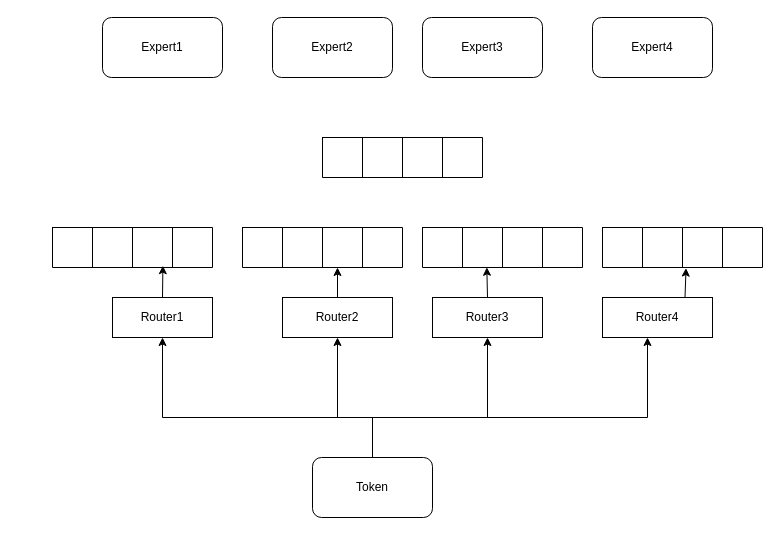
babangain/drawio keeps this draw.io diagram as moe plan.drawio. Above is the earlier version. Source tidied: cells renumbered, new cells numbered last; positions are measured from the earlier drawing's top-left corner, leaving out a move shared by most shapes. Both pictures are drawn from the tidied source at 100%, with x=0, y=0 at pixel (52, 17).
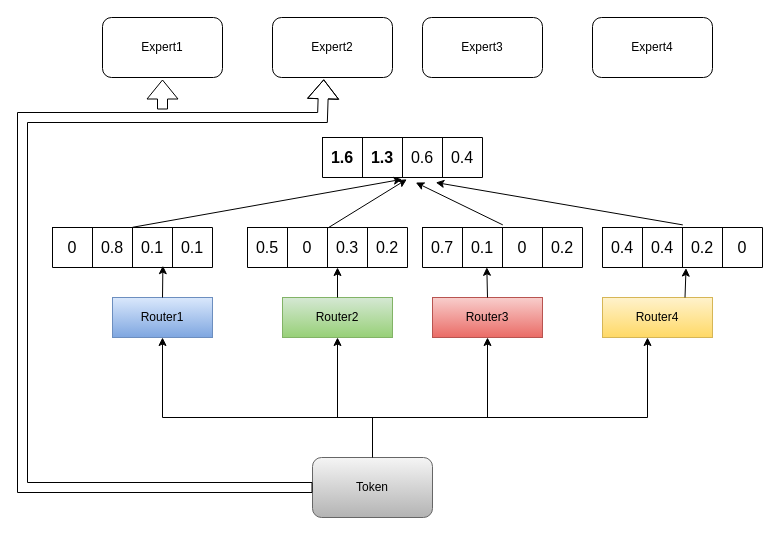
After the change.

The change refers to these unchanged cells:
```xml
<mxCell id="3" value="Expert2" style="rounded=1;whiteSpace=wrap;html=1;" parent="1" vertex="1">
  <mxGeometry x="220" width="120" height="60" as="geometry" />
</mxCell>
<mxCell id="16" style="shape=tableRow;horizontal=0;startSize=0;swimlaneHead=0;swimlaneBody=0;strokeColor=inherit;top=0;left=0;bottom=0;right=0;fillColor=none;points=[[0,0.5],[1,0.5]];portConstraint=eastwest;fontSize=16;" parent="15" vertex="1">
  <mxGeometry width="160" height="40" as="geometry" />
</mxCell>
<mxCell id="22" style="shape=tableRow;horizontal=0;startSize=0;swimlaneHead=0;swimlaneBody=0;strokeColor=inherit;top=0;left=0;bottom=0;right=0;fillColor=none;points=[[0,0.5],[1,0.5]];portConstraint=eastwest;fontSize=16;" parent="21" vertex="1">
  <mxGeometry width="160" height="40" as="geometry" />
</mxCell>
<mxCell id="28" style="shape=tableRow;horizontal=0;startSize=0;swimlaneHead=0;swimlaneBody=0;strokeColor=inherit;top=0;left=0;bottom=0;right=0;fillColor=none;points=[[0,0.5],[1,0.5]];portConstraint=eastwest;fontSize=16;" parent="27" vertex="1">
  <mxGeometry width="160" height="40" as="geometry" />
</mxCell>
<mxCell id="34" style="shape=tableRow;horizontal=0;startSize=0;swimlaneHead=0;swimlaneBody=0;strokeColor=inherit;top=0;left=0;bottom=0;right=0;fillColor=none;points=[[0,0.5],[1,0.5]];portConstraint=eastwest;fontSize=16;" parent="33" vertex="1">
  <mxGeometry width="160" height="40" as="geometry" />
</mxCell>
<mxCell id="40" style="shape=tableRow;horizontal=0;startSize=0;swimlaneHead=0;swimlaneBody=0;strokeColor=inherit;top=0;left=0;bottom=0;right=0;fillColor=none;points=[[0,0.5],[1,0.5]];portConstraint=eastwest;fontSize=16;" parent="39" vertex="1">
  <mxGeometry width="160" height="40" as="geometry" />
</mxCell>
```

The edit, as a diff of the source:
```diff
@@
-    <mxCell id="6" value="Router1" style="rounded=0;whiteSpace=wrap;html=1;" parent="1" vertex="1">
+    <mxCell id="6" value="Router1" style="rounded=0;whiteSpace=wrap;html=1;fillColor=#dae8fc;gradientColor=#7ea6e0;strokeColor=#6c8ebf;" parent="1" vertex="1">
       <mxGeometry x="60" y="280" width="100" height="40" as="geometry" />
     </mxCell>
-    <mxCell id="7" value="Router2" style="rounded=0;whiteSpace=wrap;html=1;" parent="1" vertex="1">
+    <mxCell id="7" value="Router2" style="rounded=0;whiteSpace=wrap;html=1;fillColor=#d5e8d4;gradientColor=#97d077;strokeColor=#82b366;" parent="1" vertex="1">
       <mxGeometry x="230" y="280" width="110" height="40" as="geometry" />
     </mxCell>
-    <mxCell id="8" value="Router3" style="rounded=0;whiteSpace=wrap;html=1;" parent="1" vertex="1">
+    <mxCell id="8" value="Router3" style="rounded=0;whiteSpace=wrap;html=1;fillColor=#f8cecc;gradientColor=#ea6b66;strokeColor=#b85450;" parent="1" vertex="1">
       <mxGeometry x="380" y="280" width="110" height="40" as="geometry" />
     </mxCell>
-    <mxCell id="9" value="Router4" style="rounded=0;whiteSpace=wrap;html=1;" parent="1" vertex="1">
+    <mxCell id="9" value="Router4" style="rounded=0;whiteSpace=wrap;html=1;fillColor=#fff2cc;gradientColor=#ffd966;strokeColor=#d6b656;" parent="1" vertex="1">
       <mxGeometry x="550" y="280" width="110" height="40" as="geometry" />
     </mxCell>
-    <mxCell id="10" value="Token" style="rounded=1;whiteSpace=wrap;html=1;" parent="1" vertex="1">
+    <mxCell id="10" value="Token" style="rounded=1;whiteSpace=wrap;html=1;fillColor=#f5f5f5;gradientColor=#b3b3b3;strokeColor=#666666;" parent="1" vertex="1">
       <mxGeometry x="260" y="440" width="120" height="60" as="geometry" />
     </mxCell>
@@
-    <mxCell id="17" style="shape=partialRectangle;html=1;whiteSpace=wrap;strokeColor=inherit;overflow=hidden;fillColor=none;top=0;left=0;bottom=0;right=0;fontSize=16;" parent="16" vertex="1">
+    <mxCell id="17" value="0" style="shape=partialRectangle;html=1;whiteSpace=wrap;strokeColor=inherit;overflow=hidden;fillColor=none;top=0;left=0;bottom=0;right=0;fontSize=16;" parent="16" vertex="1">
       <mxGeometry width="40" height="40" as="geometry" />
     </mxCell>
-    <mxCell id="18" style="shape=partialRectangle;html=1;whiteSpace=wrap;strokeColor=inherit;overflow=hidden;fillColor=none;top=0;left=0;bottom=0;right=0;fontSize=16;" parent="16" vertex="1">
+    <mxCell id="18" value="0.8" style="shape=partialRectangle;html=1;whiteSpace=wrap;strokeColor=inherit;overflow=hidden;fillColor=none;top=0;left=0;bottom=0;right=0;fontSize=16;" parent="16" vertex="1">
       <mxGeometry x="40" width="40" height="40" as="geometry" />
     </mxCell>
-    <mxCell id="19" style="shape=partialRectangle;html=1;whiteSpace=wrap;strokeColor=inherit;overflow=hidden;fillColor=none;top=0;left=0;bottom=0;right=0;fontSize=16;" parent="16" vertex="1">
+    <mxCell id="19" value="0.1" style="shape=partialRectangle;html=1;whiteSpace=wrap;strokeColor=inherit;overflow=hidden;fillColor=none;top=0;left=0;bottom=0;right=0;fontSize=16;" parent="16" vertex="1">
       <mxGeometry x="80" width="40" height="40" as="geometry" />
     </mxCell>
-    <mxCell id="20" style="shape=partialRectangle;html=1;whiteSpace=wrap;strokeColor=inherit;overflow=hidden;fillColor=none;top=0;left=0;bottom=0;right=0;fontSize=16;" parent="16" vertex="1">
+    <mxCell id="20" value="0.1" style="shape=partialRectangle;html=1;whiteSpace=wrap;strokeColor=inherit;overflow=hidden;fillColor=none;top=0;left=0;bottom=0;right=0;fontSize=16;" parent="16" vertex="1">
       <mxGeometry x="120" width="40" height="40" as="geometry" />
     </mxCell>
     <mxCell id="21" style="shape=table;startSize=0;childLayout=tableLayout;fontSize=16;" parent="1" vertex="1">
-      <mxGeometry x="190" y="210" width="160" height="40" as="geometry" />
+      <mxGeometry x="195" y="210" width="160" height="40" as="geometry" />
     </mxCell>
@@
-    <mxCell id="23" style="shape=partialRectangle;html=1;whiteSpace=wrap;strokeColor=inherit;overflow=hidden;fillColor=none;top=0;left=0;bottom=0;right=0;fontSize=16;" parent="22" vertex="1">
+    <mxCell id="23" value="0.5" style="shape=partialRectangle;html=1;whiteSpace=wrap;strokeColor=inherit;overflow=hidden;fillColor=none;top=0;left=0;bottom=0;right=0;fontSize=16;" parent="22" vertex="1">
       <mxGeometry width="40" height="40" as="geometry" />
     </mxCell>
-    <mxCell id="24" style="shape=partialRectangle;html=1;whiteSpace=wrap;strokeColor=inherit;overflow=hidden;fillColor=none;top=0;left=0;bottom=0;right=0;fontSize=16;" parent="22" vertex="1">
+    <mxCell id="24" value="0" style="shape=partialRectangle;html=1;whiteSpace=wrap;strokeColor=inherit;overflow=hidden;fillColor=none;top=0;left=0;bottom=0;right=0;fontSize=16;" parent="22" vertex="1">
       <mxGeometry x="40" width="40" height="40" as="geometry" />
     </mxCell>
-    <mxCell id="25" style="shape=partialRectangle;html=1;whiteSpace=wrap;strokeColor=inherit;overflow=hidden;fillColor=none;top=0;left=0;bottom=0;right=0;fontSize=16;" parent="22" vertex="1">
+    <mxCell id="25" value="0.3" style="shape=partialRectangle;html=1;whiteSpace=wrap;strokeColor=inherit;overflow=hidden;fillColor=none;top=0;left=0;bottom=0;right=0;fontSize=16;" parent="22" vertex="1">
       <mxGeometry x="80" width="40" height="40" as="geometry" />
     </mxCell>
-    <mxCell id="26" style="shape=partialRectangle;html=1;whiteSpace=wrap;strokeColor=inherit;overflow=hidden;fillColor=none;top=0;left=0;bottom=0;right=0;fontSize=16;" parent="22" vertex="1">
+    <mxCell id="26" value="0.2" style="shape=partialRectangle;html=1;whiteSpace=wrap;strokeColor=inherit;overflow=hidden;fillColor=none;top=0;left=0;bottom=0;right=0;fontSize=16;" parent="22" vertex="1">
       <mxGeometry x="120" width="40" height="40" as="geometry" />
     </mxCell>
@@
-    <mxCell id="29" style="shape=partialRectangle;html=1;whiteSpace=wrap;strokeColor=inherit;overflow=hidden;fillColor=none;top=0;left=0;bottom=0;right=0;fontSize=16;" parent="28" vertex="1">
+    <mxCell id="29" value="0.7" style="shape=partialRectangle;html=1;whiteSpace=wrap;strokeColor=inherit;overflow=hidden;fillColor=none;top=0;left=0;bottom=0;right=0;fontSize=16;" parent="28" vertex="1">
       <mxGeometry width="40" height="40" as="geometry" />
     </mxCell>
-    <mxCell id="30" style="shape=partialRectangle;html=1;whiteSpace=wrap;strokeColor=inherit;overflow=hidden;fillColor=none;top=0;left=0;bottom=0;right=0;fontSize=16;" parent="28" vertex="1">
+    <mxCell id="30" value="0.1" style="shape=partialRectangle;html=1;whiteSpace=wrap;strokeColor=inherit;overflow=hidden;fillColor=none;top=0;left=0;bottom=0;right=0;fontSize=16;" parent="28" vertex="1">
       <mxGeometry x="40" width="40" height="40" as="geometry" />
     </mxCell>
-    <mxCell id="31" style="shape=partialRectangle;html=1;whiteSpace=wrap;strokeColor=inherit;overflow=hidden;fillColor=none;top=0;left=0;bottom=0;right=0;fontSize=16;" parent="28" vertex="1">
+    <mxCell id="31" value="0" style="shape=partialRectangle;html=1;whiteSpace=wrap;strokeColor=inherit;overflow=hidden;fillColor=none;top=0;left=0;bottom=0;right=0;fontSize=16;" parent="28" vertex="1">
       <mxGeometry x="80" width="40" height="40" as="geometry" />
     </mxCell>
-    <mxCell id="32" style="shape=partialRectangle;html=1;whiteSpace=wrap;strokeColor=inherit;overflow=hidden;fillColor=none;top=0;left=0;bottom=0;right=0;fontSize=16;" parent="28" vertex="1">
+    <mxCell id="32" value="0.2" style="shape=partialRectangle;html=1;whiteSpace=wrap;strokeColor=inherit;overflow=hidden;fillColor=none;top=0;left=0;bottom=0;right=0;fontSize=16;" parent="28" vertex="1">
       <mxGeometry x="120" width="40" height="40" as="geometry" />
     </mxCell>
@@
-    <mxCell id="35" style="shape=partialRectangle;html=1;whiteSpace=wrap;strokeColor=inherit;overflow=hidden;fillColor=none;top=0;left=0;bottom=0;right=0;fontSize=16;" parent="34" vertex="1">
+    <mxCell id="35" value="0.4" style="shape=partialRectangle;html=1;whiteSpace=wrap;strokeColor=inherit;overflow=hidden;fillColor=none;top=0;left=0;bottom=0;right=0;fontSize=16;" parent="34" vertex="1">
       <mxGeometry width="40" height="40" as="geometry" />
     </mxCell>
-    <mxCell id="36" style="shape=partialRectangle;html=1;whiteSpace=wrap;strokeColor=inherit;overflow=hidden;fillColor=none;top=0;left=0;bottom=0;right=0;fontSize=16;" parent="34" vertex="1">
+    <mxCell id="36" value="0.4" style="shape=partialRectangle;html=1;whiteSpace=wrap;strokeColor=inherit;overflow=hidden;fillColor=none;top=0;left=0;bottom=0;right=0;fontSize=16;" parent="34" vertex="1">
       <mxGeometry x="40" width="40" height="40" as="geometry" />
     </mxCell>
-    <mxCell id="37" style="shape=partialRectangle;html=1;whiteSpace=wrap;strokeColor=inherit;overflow=hidden;fillColor=none;top=0;left=0;bottom=0;right=0;fontSize=16;" parent="34" vertex="1">
+    <mxCell id="37" value="0.2" style="shape=partialRectangle;html=1;whiteSpace=wrap;strokeColor=inherit;overflow=hidden;fillColor=none;top=0;left=0;bottom=0;right=0;fontSize=16;" parent="34" vertex="1">
       <mxGeometry x="80" width="40" height="40" as="geometry" />
     </mxCell>
-    <mxCell id="38" style="shape=partialRectangle;html=1;whiteSpace=wrap;strokeColor=inherit;overflow=hidden;fillColor=none;top=0;left=0;bottom=0;right=0;fontSize=16;" parent="34" vertex="1">
+    <mxCell id="38" value="0" style="shape=partialRectangle;html=1;whiteSpace=wrap;strokeColor=inherit;overflow=hidden;fillColor=none;top=0;left=0;bottom=0;right=0;fontSize=16;" parent="34" vertex="1">
       <mxGeometry x="120" width="40" height="40" as="geometry" />
     </mxCell>
@@
-    <mxCell id="41" style="shape=partialRectangle;html=1;whiteSpace=wrap;strokeColor=inherit;overflow=hidden;fillColor=none;top=0;left=0;bottom=0;right=0;fontSize=16;" parent="40" vertex="1">
+    <mxCell id="41" value="&lt;b&gt;1.6&lt;/b&gt;" style="shape=partialRectangle;html=1;whiteSpace=wrap;strokeColor=inherit;overflow=hidden;fillColor=none;top=0;left=0;bottom=0;right=0;fontSize=16;" parent="40" vertex="1">
       <mxGeometry width="40" height="40" as="geometry" />
     </mxCell>
-    <mxCell id="42" style="shape=partialRectangle;html=1;whiteSpace=wrap;strokeColor=inherit;overflow=hidden;fillColor=none;top=0;left=0;bottom=0;right=0;fontSize=16;" parent="40" vertex="1">
+    <mxCell id="42" value="&lt;b&gt;1.3&lt;/b&gt;" style="shape=partialRectangle;html=1;whiteSpace=wrap;strokeColor=inherit;overflow=hidden;fillColor=none;top=0;left=0;bottom=0;right=0;fontSize=16;" parent="40" vertex="1">
       <mxGeometry x="40" width="40" height="40" as="geometry" />
     </mxCell>
-    <mxCell id="43" style="shape=partialRectangle;html=1;whiteSpace=wrap;strokeColor=inherit;overflow=hidden;fillColor=none;top=0;left=0;bottom=0;right=0;fontSize=16;" parent="40" vertex="1">
+    <mxCell id="43" value="0.6" style="shape=partialRectangle;html=1;whiteSpace=wrap;strokeColor=inherit;overflow=hidden;fillColor=none;top=0;left=0;bottom=0;right=0;fontSize=16;" parent="40" vertex="1">
       <mxGeometry x="80" width="40" height="40" as="geometry" />
     </mxCell>
-    <mxCell id="44" style="shape=partialRectangle;html=1;whiteSpace=wrap;strokeColor=inherit;overflow=hidden;fillColor=none;top=0;left=0;bottom=0;right=0;fontSize=16;" parent="40" vertex="1">
+    <mxCell id="44" value="0.4" style="shape=partialRectangle;html=1;whiteSpace=wrap;strokeColor=inherit;overflow=hidden;fillColor=none;top=0;left=0;bottom=0;right=0;fontSize=16;" parent="40" vertex="1">
       <mxGeometry x="120" width="40" height="40" as="geometry" />
     </mxCell>
@@
+    <mxCell id="49" style="shape=flexArrow;endArrow=classic;html=1;rounded=0;exitX=0;exitY=0.5;exitDx=0;exitDy=0;entryX=0.427;entryY=1.03;entryDx=0;entryDy=0;entryPerimeter=0;" parent="1" edge="1" source="10" target="3">
+      <mxGeometry relative="1" as="geometry">
+        <Array as="points">
+          <mxPoint x="-30" y="470" />
+          <mxPoint x="-30" y="100" />
+          <mxPoint x="270" y="100" />
+        </Array>
+      </mxGeometry>
+    </mxCell>
+    <mxCell id="50" style="shape=flexArrow;endArrow=classic;html=1;rounded=0;entryX=0.5;entryY=1;entryDx=0;entryDy=0;" parent="1" edge="1">
+      <mxGeometry relative="1" as="geometry">
+        <mxPoint x="110" y="92" as="sourcePoint" />
+        <mxPoint x="110" y="62" as="targetPoint" />
+      </mxGeometry>
+    </mxCell>
+    <mxCell id="51" style="endArrow=classic;html=1;rounded=0;exitX=0.5;exitY=-0.005;exitDx=0;exitDy=0;exitPerimeter=0;entryX=0.497;entryY=1.045;entryDx=0;entryDy=0;entryPerimeter=0;" parent="1" edge="1" source="16" target="40">
+      <mxGeometry relative="1" as="geometry" />
+    </mxCell>
+    <mxCell id="52" style="endArrow=classic;html=1;rounded=0;exitX=0.501;exitY=0.015;exitDx=0;exitDy=0;exitPerimeter=0;entryX=0.527;entryY=1.045;entryDx=0;entryDy=0;entryPerimeter=0;" parent="1" edge="1" source="22" target="40">
+      <mxGeometry relative="1" as="geometry" />
+    </mxCell>
+    <mxCell id="53" style="endArrow=classic;html=1;rounded=0;exitX=0.502;exitY=-0.065;exitDx=0;exitDy=0;exitPerimeter=0;entryX=0.583;entryY=1.125;entryDx=0;entryDy=0;entryPerimeter=0;" parent="1" edge="1" source="28" target="40">
+      <mxGeometry relative="1" as="geometry" />
+    </mxCell>
+    <mxCell id="54" style="endArrow=classic;html=1;rounded=0;exitX=0.502;exitY=-0.065;exitDx=0;exitDy=0;exitPerimeter=0;entryX=0.708;entryY=1.125;entryDx=0;entryDy=0;entryPerimeter=0;" parent="1" edge="1" source="34" target="40">
+      <mxGeometry relative="1" as="geometry" />
+    </mxCell>
```
